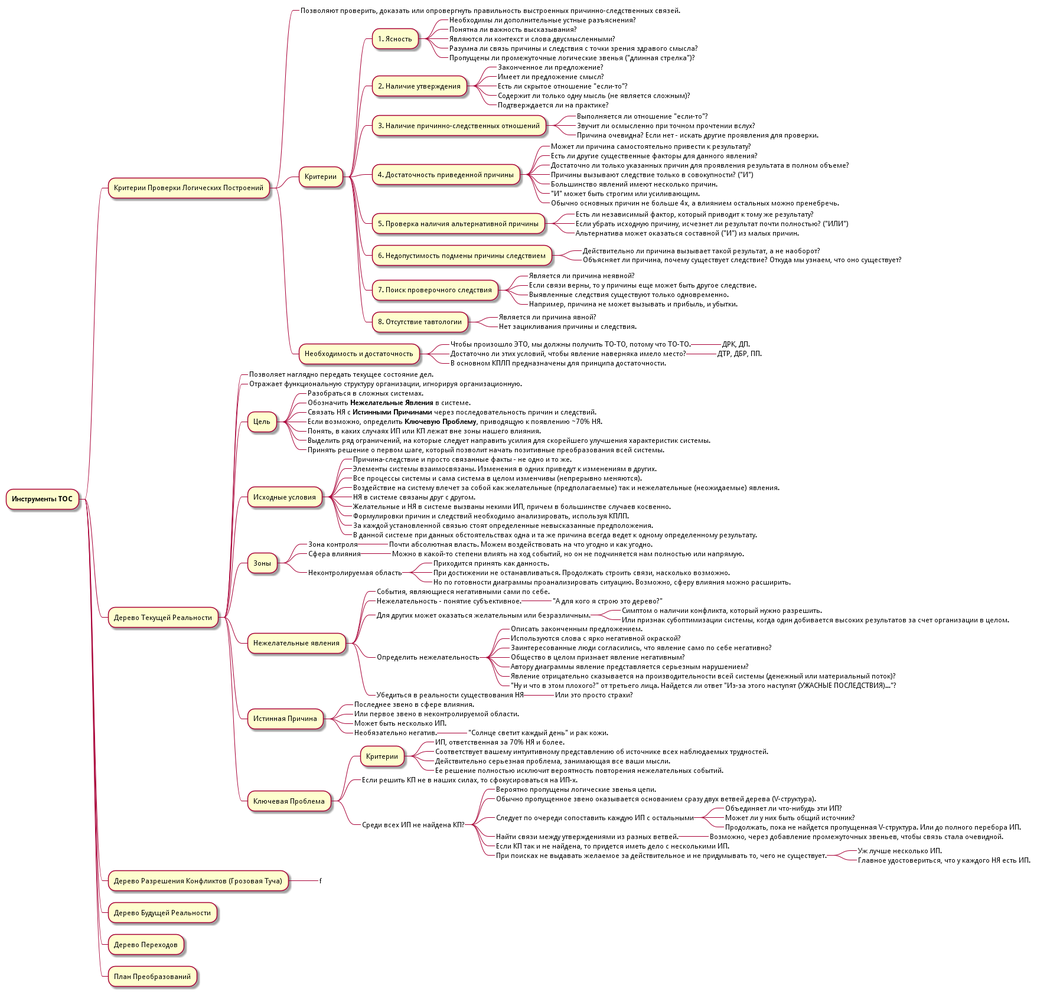
Earlier version of the PlantUML export synopsis.png (msmolyakov/dettmer-goldratts-theory-of-constraints-synopsis). Its source is kept beside it as synopsis.puml.
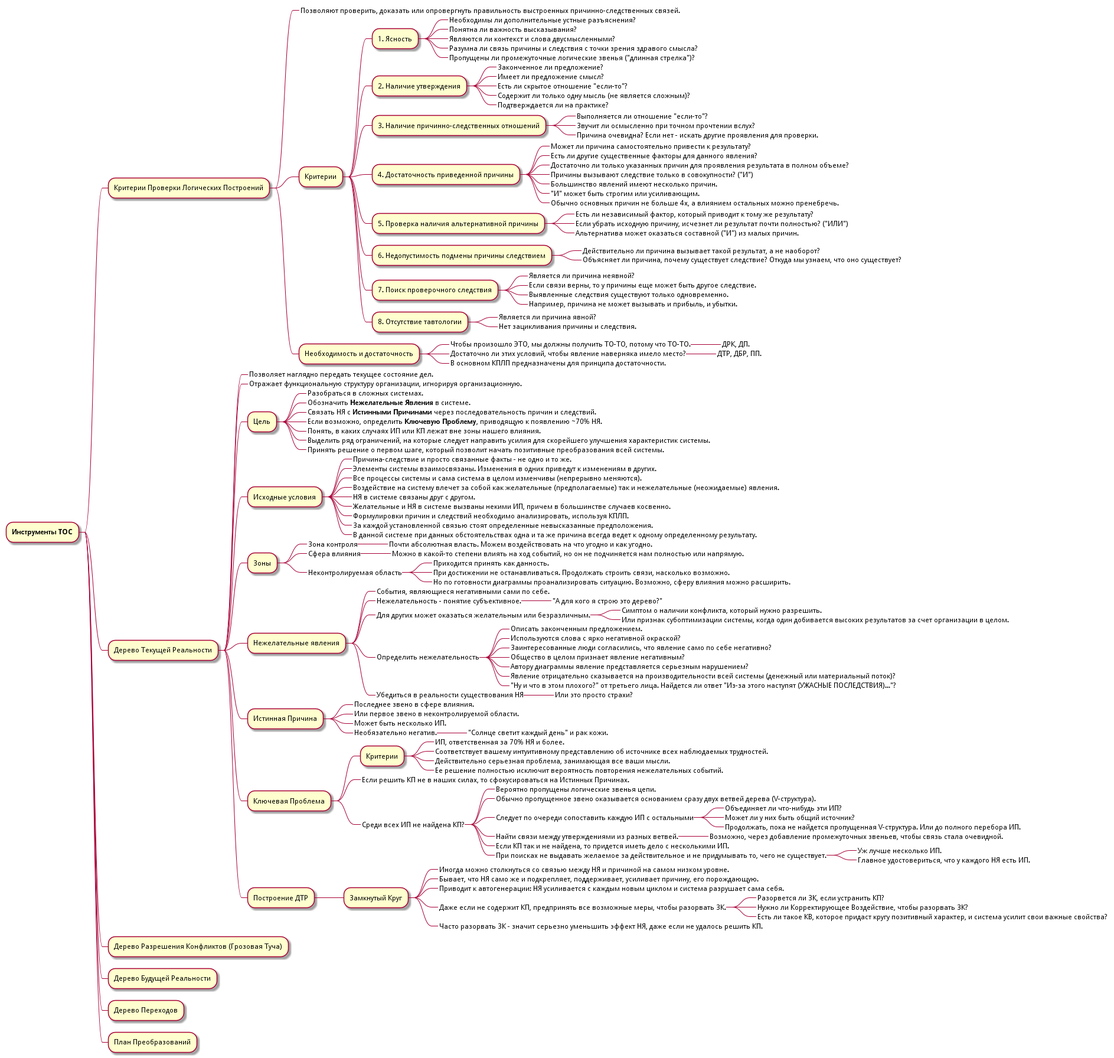
After the change.

Change to the diagram source:
```diff
@@ -60,6 +60,7 @@
 ++++_ Достаточно ли этих условий, чтобы явление наверняка имело место?
 +++++_ ДТР, ДБР, ПП.
 ++++_ В основном КПЛП предназначены для принципа достаточности.
+
 
 
 ++ Дерево Текущей Реальности
@@ -127,7 +128,7 @@
 +++++_ Соответствует вашему интуитивному представлению об источнике всех наблюдаемых трудностей.
 +++++_ Действительно серьезная проблема, занимающая все ваши мысли.
 +++++_ Ее решение полностью исключит вероятность повторения нежелательных событий.
-++++_ Если решить КП не в наших силах, то сфокусироваться на ИП-х.
+++++_ Если решить КП не в наших силах, то сфокусироваться на Истинных Причинах.
 ++++_ Среди всех ИП не найдена КП?
 +++++_ Вероятно пропущены логические звенья цепи.
 +++++_ Обычно пропущенное звено оказывается основанием сразу двух ветвей дерева (V-структура).
@@ -142,11 +143,31 @@
 ++++++_ Уж лучше несколько ИП.
 ++++++_ Главное удостовериться, что у каждого НЯ есть ИП.
 
++++ Построение ДТР
+++++ Замкнутый Круг
++++++_ Иногда можно столкнуться со связью между НЯ и причиной на самом низком уровне.
++++++_ Бывает, что НЯ само же и подкрепляет, поддерживает, усиливает причину, его порождающую.
++++++_ Приводит к автогенерации: НЯ усиливается с каждым новым циклом и система разрушает сама себя.
++++++_ Даже если не содержит КП, предпринять все возможные меры, чтобы разорвать ЗК.
+++++++_ Разорвется ли ЗК, если устранить КП?
+++++++_ Нужно ли Корректирующее Воздействие, чтобы разорвать ЗК?
+++++++_ Есть ли такое КВ, которое придаст кругу позитивный характер, и система усилит свои важные свойства?
++++++_ Часто разорвать ЗК - значит серьезно уменьшить эффект НЯ, даже если не удалось решить КП.
+
+
+
 ++ Дерево Разрешения Конфликтов (Грозовая Туча)
-+++_ f
+
+
 
 ++ Дерево Будущей Реальности
+
+
+
 ++ Дерево Переходов
+
+
+
 ++ План Преобразований
 
 @endmindmap
```
